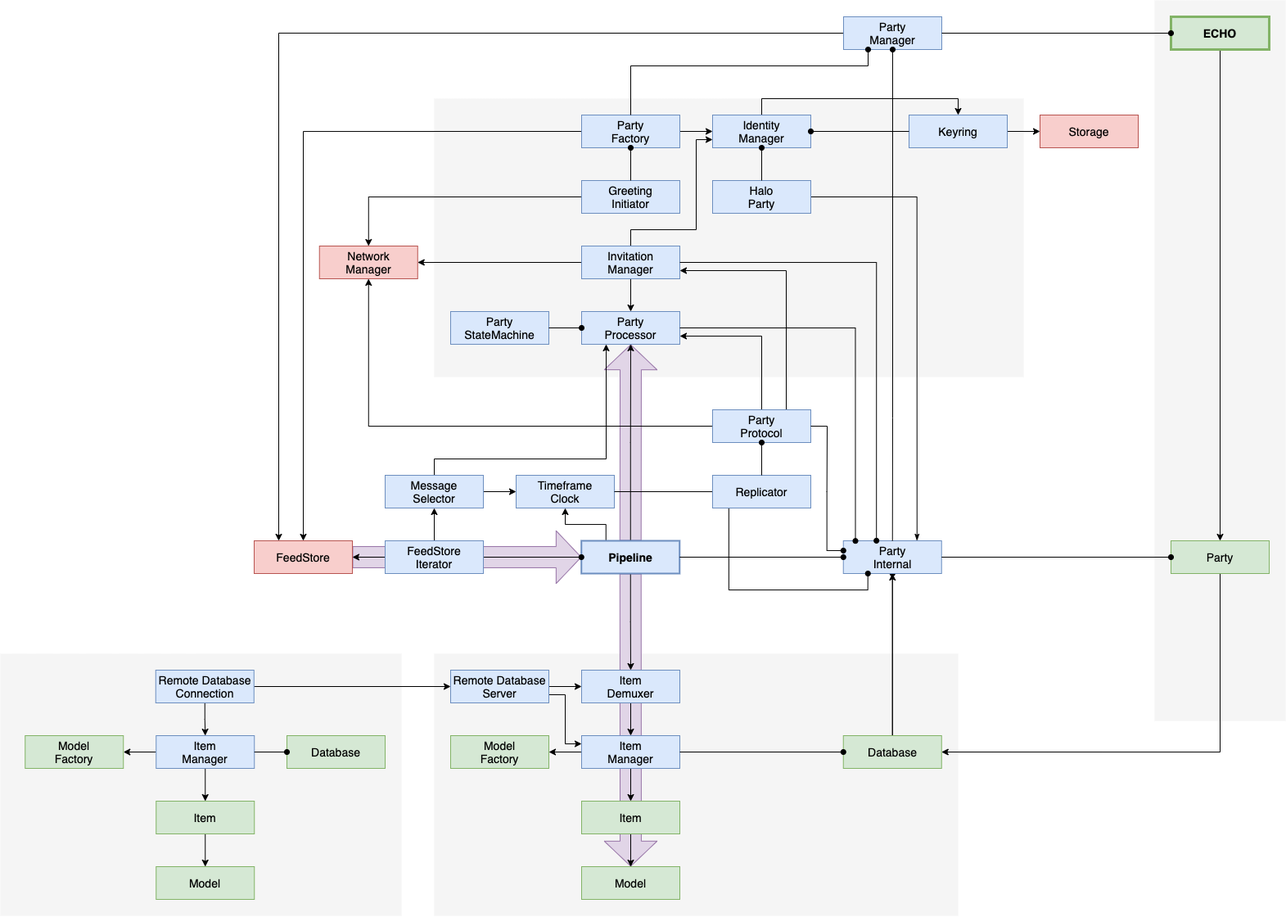
dxos/echo keeps this draw.io diagram as docs/content/diagrams/data-processing-2.png. Above is the earlier version. Source tidied: cells renumbered, new cells last; positions are measured from the earlier drawing's top-left corner, leaving out a move shared by most shapes.
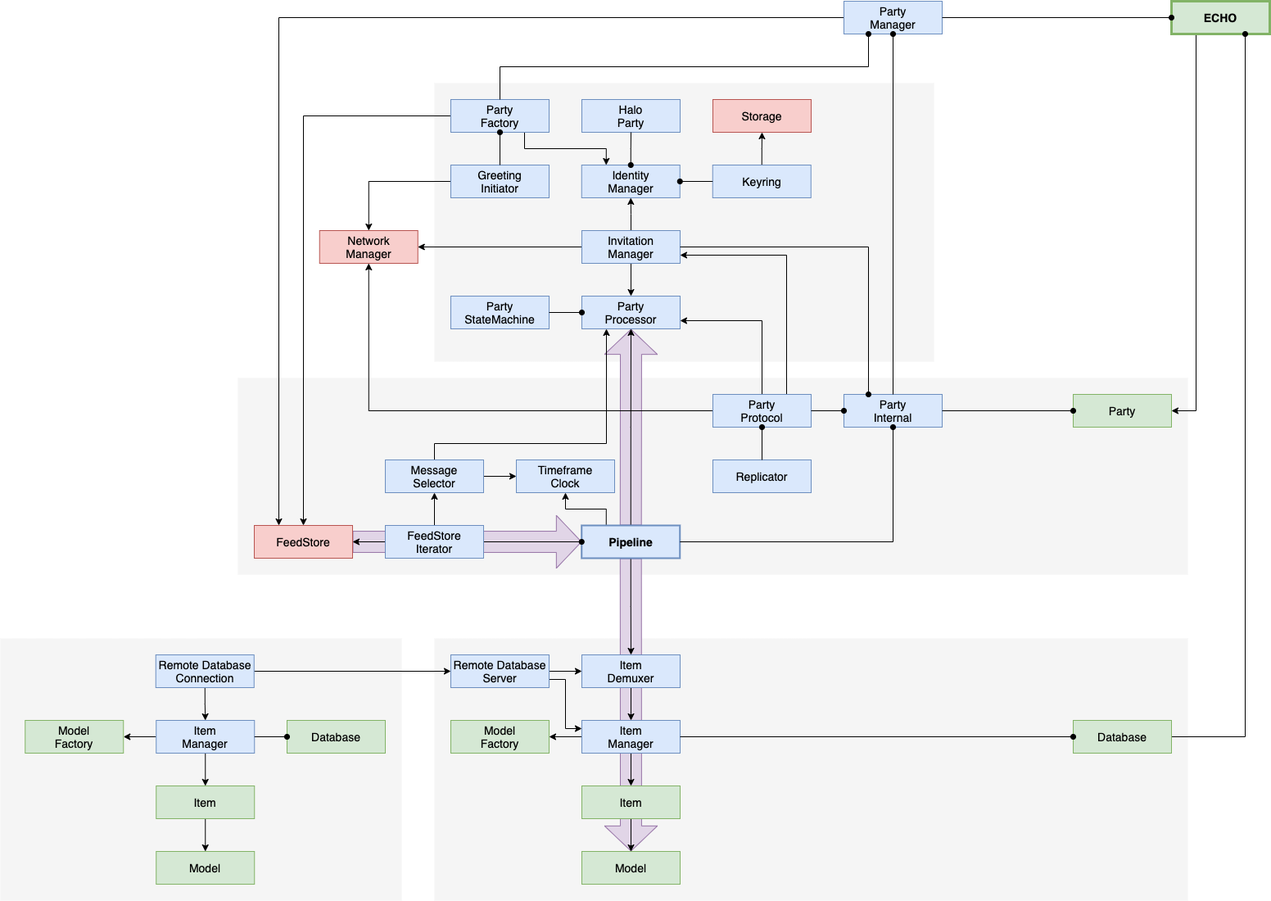
After the change.

Diff of the diagram source:
```diff
@@ -3,7 +3,7 @@
     <mxCell id="0" />
     <mxCell id="1" parent="0" />
     <mxCell id="2" style="rounded=0;whiteSpace=wrap;html=1;fontSize=14;fontFamily=Helvetica;fontStyle=0;fillColor=#f5f5f5;dashed=1;fontColor=#333333;strokeColor=none;" parent="1" vertex="1">
-      <mxGeometry x="1410" width="160" height="880" as="geometry" />
+      <mxGeometry x="290" y="480" width="1160" height="240" as="geometry" />
     </mxCell>
     <mxCell id="3" style="shape=flexArrow;endArrow=classic;html=1;fillColor=#e1d5e7;strokeColor=#9673a6;endWidth=37.64705882352941;endSize=9.882352941176471;width=25.88235294117647;" parent="1" edge="1" source="61">
       <mxGeometry relative="1" as="geometry">
@@ -11,13 +11,13 @@
       </mxGeometry>
     </mxCell>
     <mxCell id="4" style="rounded=0;whiteSpace=wrap;html=1;fontSize=14;fontFamily=Helvetica;fontStyle=0;fillColor=#f5f5f5;dashed=1;fontColor=#333333;strokeColor=none;" parent="1" vertex="1">
-      <mxGeometry x="530" y="798" width="640" height="320" as="geometry" />
+      <mxGeometry x="530" y="798" width="920" height="320" as="geometry" />
     </mxCell>
     <mxCell id="5" style="shape=flexArrow;endArrow=classic;html=1;fillColor=#e1d5e7;strokeColor=#9673a6;endWidth=37.64705882352941;endSize=9.882352941176471;width=25.88235294117647;exitX=0.5;exitY=1;exitDx=0;exitDy=0;entryX=0.5;entryY=0;entryDx=0;entryDy=0;" parent="1" edge="1" source="21" target="17">
       <mxGeometry relative="1" as="geometry" />
     </mxCell>
     <mxCell id="6" style="rounded=0;whiteSpace=wrap;html=1;fontSize=14;fontFamily=Helvetica;fontStyle=0;fillColor=#f5f5f5;dashed=1;fontColor=#333333;strokeColor=none;" parent="1" vertex="1">
-      <mxGeometry x="530" y="120" width="720" height="340" as="geometry" />
+      <mxGeometry x="530" y="120" width="610" height="340" as="geometry" />
     </mxCell>
     <mxCell id="7" style="shape=flexArrow;endArrow=classic;html=1;entryX=0.5;entryY=1;entryDx=0;entryDy=0;fillColor=#e1d5e7;strokeColor=#9673a6;endWidth=37.64705882352941;endSize=9.882352941176471;width=25.88235294117647;exitX=0.5;exitY=0;exitDx=0;exitDy=0;" parent="1" edge="1" source="21" target="22">
       <mxGeometry relative="1" as="geometry" />
@@ -25,17 +25,11 @@
     <mxCell id="8" style="edgeStyle=orthogonalEdgeStyle;rounded=0;jettySize=auto;html=1;exitX=0;exitY=0.5;exitDx=0;exitDy=0;entryX=0.25;entryY=0;entryDx=0;entryDy=0;" parent="1" edge="1" source="10" target="61">
       <mxGeometry relative="1" as="geometry" />
     </mxCell>
-    <mxCell id="9" style="edgeStyle=orthogonalEdgeStyle;rounded=0;jettySize=auto;html=1;exitX=0.5;exitY=0;exitDx=0;exitDy=0;entryX=0.5;entryY=0;entryDx=0;entryDy=0;" parent="1" edge="1" source="25" target="63">
-      <mxGeometry relative="1" as="geometry" />
-    </mxCell>
     <mxCell id="10" value="Party&lt;br&gt;Manager" style="rounded=0;whiteSpace=wrap;html=1;fontSize=14;fontFamily=Helvetica;fillColor=#dae8fc;strokeColor=#6c8ebf;fontStyle=0;strokeWidth=1;" parent="1" vertex="1">
       <mxGeometry x="1030" y="20" width="120" height="40" as="geometry" />
     </mxCell>
-    <mxCell id="11" style="edgeStyle=orthogonalEdgeStyle;rounded=0;jettySize=auto;html=1;exitX=0.5;exitY=1;exitDx=0;exitDy=0;entryX=0.5;entryY=0;entryDx=0;entryDy=0;endFill=0;endArrow=none;startFill=1;startArrow=oval;" parent="1" edge="1" source="12" target="53">
-      <mxGeometry relative="1" as="geometry" />
-    </mxCell>
     <mxCell id="12" value="Party&lt;br&gt;Internal" style="rounded=0;whiteSpace=wrap;html=1;fontSize=14;fontFamily=Helvetica;fillColor=#dae8fc;strokeColor=#6c8ebf;fontStyle=0;strokeWidth=1;" parent="1" vertex="1">
-      <mxGeometry x="1029.8" y="660" width="120" height="40" as="geometry" />
+      <mxGeometry x="1030" y="500" width="120" height="40" as="geometry" />
     </mxCell>
     <mxCell id="13" style="edgeStyle=orthogonalEdgeStyle;rounded=0;jettySize=auto;html=1;exitX=0.5;exitY=1;exitDx=0;exitDy=0;" parent="1" edge="1" source="62" target="16">
       <mxGeometry relative="1" as="geometry" />
@@ -74,9 +68,9 @@
       <mxGeometry x="630" y="580" width="120" height="40" as="geometry" />
     </mxCell>
     <mxCell id="25" value="Identity&lt;br&gt;Manager" style="rounded=0;whiteSpace=wrap;html=1;fontSize=14;fontFamily=Helvetica;fillColor=#dae8fc;strokeColor=#6c8ebf;fontStyle=0;strokeWidth=1;" parent="1" vertex="1">
-      <mxGeometry x="870" y="140" width="120" height="40" as="geometry" />
+      <mxGeometry x="709.8" y="220" width="120" height="40" as="geometry" />
     </mxCell>
-    <mxCell id="26" style="edgeStyle=orthogonalEdgeStyle;rounded=0;jettySize=auto;html=1;exitX=1;exitY=0.5;exitDx=0;exitDy=0;entryX=0;entryY=0.5;entryDx=0;entryDy=0;" parent="1" edge="1" source="63" target="46">
+    <mxCell id="26" style="edgeStyle=orthogonalEdgeStyle;rounded=0;jettySize=auto;html=1;exitX=0.5;exitY=0;exitDx=0;exitDy=0;entryX=0.5;entryY=1;entryDx=0;entryDy=0;" parent="1" edge="1" source="63" target="46">
       <mxGeometry relative="1" as="geometry" />
     </mxCell>
     <mxCell id="27" style="edgeStyle=orthogonalEdgeStyle;rounded=0;jettySize=auto;html=1;exitX=0;exitY=0.5;exitDx=0;exitDy=0;entryX=0.5;entryY=1;entryDx=0;entryDy=0;" parent="1" edge="1" source="30" target="35">
@@ -102,11 +96,11 @@
     <mxCell id="31" style="edgeStyle=orthogonalEdgeStyle;rounded=0;jettySize=auto;html=1;exitX=0;exitY=0.5;exitDx=0;exitDy=0;entryX=0.5;entryY=0;entryDx=0;entryDy=0;" parent="1" edge="1" source="33" target="61">
       <mxGeometry relative="1" as="geometry" />
     </mxCell>
-    <mxCell id="32" style="edgeStyle=orthogonalEdgeStyle;rounded=0;jettySize=auto;html=1;exitX=1;exitY=0.5;exitDx=0;exitDy=0;entryX=0;entryY=0.5;entryDx=0;entryDy=0;" parent="1" edge="1" source="33" target="25">
+    <mxCell id="32" style="edgeStyle=orthogonalEdgeStyle;rounded=0;jettySize=auto;html=1;exitX=0.75;exitY=1;exitDx=0;exitDy=0;entryX=0.25;entryY=0;entryDx=0;entryDy=0;" parent="1" edge="1" source="33" target="25">
       <mxGeometry relative="1" as="geometry" />
     </mxCell>
     <mxCell id="33" value="Party&lt;br&gt;Factory" style="rounded=0;whiteSpace=wrap;html=1;fontSize=14;fontFamily=Helvetica;fillColor=#dae8fc;strokeColor=#6c8ebf;fontStyle=0;strokeWidth=1;" parent="1" vertex="1">
-      <mxGeometry x="710" y="140" width="120" height="40" as="geometry" />
+      <mxGeometry x="550" y="140" width="120" height="40" as="geometry" />
     </mxCell>
     <mxCell id="34" value="Model&lt;br&gt;Factory" style="rounded=0;whiteSpace=wrap;html=1;fontSize=14;fontFamily=Helvetica;fillColor=#d5e8d4;strokeColor=#82b366;fontStyle=0;strokeWidth=1;" parent="1" vertex="1">
       <mxGeometry x="550" y="898" width="120" height="40" as="geometry" />
@@ -118,7 +112,7 @@
       <mxGeometry relative="1" as="geometry" />
     </mxCell>
     <mxCell id="37" value="Greeting&lt;br&gt;Initiator" style="rounded=0;whiteSpace=wrap;html=1;fontSize=14;fontFamily=Helvetica;fillColor=#dae8fc;strokeColor=#6c8ebf;fontStyle=0;strokeWidth=1;" parent="1" vertex="1">
-      <mxGeometry x="710" y="220" width="120" height="40" as="geometry" />
+      <mxGeometry x="550" y="220" width="120" height="40" as="geometry" />
     </mxCell>
     <mxCell id="38" style="edgeStyle=orthogonalEdgeStyle;rounded=0;jettySize=auto;html=1;exitX=0.5;exitY=1;exitDx=0;exitDy=0;entryX=0.5;entryY=0;entryDx=0;entryDy=0;" parent="1" edge="1" source="41" target="22">
       <mxGeometry relative="1" as="geometry" />
@@ -126,14 +120,8 @@
     <mxCell id="39" style="edgeStyle=orthogonalEdgeStyle;rounded=0;jettySize=auto;html=1;exitX=0;exitY=0.5;exitDx=0;exitDy=0;" parent="1" edge="1" source="41" target="35">
       <mxGeometry relative="1" as="geometry" />
     </mxCell>
-    <mxCell id="40" style="edgeStyle=orthogonalEdgeStyle;rounded=0;jettySize=auto;html=1;exitX=0.5;exitY=0;exitDx=0;exitDy=0;entryX=0;entryY=0.75;entryDx=0;entryDy=0;" parent="1" edge="1" source="41" target="25">
-      <mxGeometry relative="1" as="geometry">
-        <Array as="points">
-          <mxPoint x="770" y="280" />
-          <mxPoint x="850" y="280" />
-          <mxPoint x="850" y="170" />
-        </Array>
-      </mxGeometry>
+    <mxCell id="40" style="edgeStyle=orthogonalEdgeStyle;rounded=0;jettySize=auto;html=1;exitX=0.5;exitY=0;exitDx=0;exitDy=0;entryX=0.5;entryY=1;entryDx=0;entryDy=0;" parent="1" edge="1" source="41" target="25">
+      <mxGeometry relative="1" as="geometry" />
     </mxCell>
     <mxCell id="41" value="Invitation&lt;br&gt;Manager" style="rounded=0;whiteSpace=wrap;html=1;fontSize=14;fontFamily=Helvetica;fillColor=#dae8fc;strokeColor=#6c8ebf;fontStyle=0;strokeWidth=1;" parent="1" vertex="1">
       <mxGeometry x="710" y="300" width="120" height="40" as="geometry" />
@@ -151,28 +139,22 @@
       <mxGeometry x="710" y="818" width="120" height="40" as="geometry" />
     </mxCell>
     <mxCell id="46" value="Storage" style="rounded=0;whiteSpace=wrap;html=1;fontSize=14;fontFamily=Helvetica;fillColor=#f8cecc;strokeColor=#b85450;fontStyle=0;strokeWidth=1;" parent="1" vertex="1">
-      <mxGeometry x="1270" y="140" width="120" height="40" as="geometry" />
+      <mxGeometry x="870" y="140" width="120" height="40" as="geometry" />
     </mxCell>
-    <mxCell id="47" style="edgeStyle=orthogonalEdgeStyle;rounded=0;jettySize=auto;html=1;exitX=0.5;exitY=1;exitDx=0;exitDy=0;entryX=0.5;entryY=0;entryDx=0;entryDy=0;" parent="1" edge="1" source="48" target="50">
+    <mxCell id="47" style="edgeStyle=orthogonalEdgeStyle;rounded=0;jettySize=auto;html=1;exitX=0.25;exitY=1;exitDx=0;exitDy=0;entryX=1;entryY=0.5;entryDx=0;entryDy=0;" parent="1" edge="1" source="48" target="50">
       <mxGeometry relative="1" as="geometry" />
     </mxCell>
     <mxCell id="48" value="ECHO" style="rounded=0;whiteSpace=wrap;html=1;fontSize=14;fontFamily=Helvetica;fillColor=#d5e8d4;strokeColor=#82b366;fontStyle=1;strokeWidth=3;" parent="1" vertex="1">
       <mxGeometry x="1430" y="20" width="120" height="40" as="geometry" />
     </mxCell>
-    <mxCell id="49" style="edgeStyle=orthogonalEdgeStyle;rounded=0;jettySize=auto;html=1;exitX=0.5;exitY=1;exitDx=0;exitDy=0;entryX=1;entryY=0.5;entryDx=0;entryDy=0;" parent="1" edge="1" source="50" target="53">
+    <mxCell id="49" style="edgeStyle=orthogonalEdgeStyle;rounded=0;jettySize=auto;html=1;exitX=0.75;exitY=1;exitDx=0;exitDy=0;entryX=1;entryY=0.5;entryDx=0;entryDy=0;endFill=0;endArrow=none;startFill=1;startArrow=oval;" parent="1" edge="1" source="48" target="53">
       <mxGeometry relative="1" as="geometry" />
     </mxCell>
     <mxCell id="50" value="Party" style="rounded=0;whiteSpace=wrap;html=1;fontSize=14;fontFamily=Helvetica;fillColor=#d5e8d4;strokeColor=#82b366;fontStyle=0;strokeWidth=1;" parent="1" vertex="1">
-      <mxGeometry x="1430" y="660" width="120" height="40" as="geometry" />
+      <mxGeometry x="1310" y="500" width="120" height="40" as="geometry" />
     </mxCell>
-    <mxCell id="51" style="edgeStyle=orthogonalEdgeStyle;rounded=0;jettySize=auto;html=1;exitX=0.25;exitY=1;exitDx=0;exitDy=0;entryX=1;entryY=0.5;entryDx=0;entryDy=0;endFill=0;endArrow=none;startFill=1;startArrow=oval;" parent="1" edge="1" source="12" target="24">
-      <mxGeometry relative="1" as="geometry" />
-    </mxCell>
-    <mxCell id="52" style="edgeStyle=orthogonalEdgeStyle;rounded=0;jettySize=auto;html=1;" parent="1" edge="1" source="53" target="12">
-      <mxGeometry relative="1" as="geometry" />
-    </mxCell>
     <mxCell id="53" value="Database" style="rounded=0;whiteSpace=wrap;html=1;fontSize=14;fontFamily=Helvetica;fillColor=#d5e8d4;strokeColor=#82b366;fontStyle=0;strokeWidth=1;" parent="1" vertex="1">
-      <mxGeometry x="1029.8" y="898" width="120" height="40" as="geometry" />
+      <mxGeometry x="1310" y="898" width="120" height="40" as="geometry" />
     </mxCell>
     <mxCell id="54" style="edgeStyle=orthogonalEdgeStyle;rounded=0;orthogonalLoop=1;jettySize=auto;html=1;exitX=0.5;exitY=1;exitDx=0;exitDy=0;" parent="1" edge="1" source="63" target="63">
       <mxGeometry relative="1" as="geometry" />
@@ -194,11 +176,8 @@
     <mxCell id="58" value="Replicator" style="rounded=0;whiteSpace=wrap;html=1;fontSize=14;fontFamily=Helvetica;fillColor=#dae8fc;strokeColor=#6c8ebf;fontStyle=0;strokeWidth=1;" parent="1" vertex="1">
       <mxGeometry x="870" y="580" width="120" height="40" as="geometry" />
     </mxCell>
-    <mxCell id="59" style="edgeStyle=orthogonalEdgeStyle;rounded=0;jettySize=auto;html=1;exitX=1;exitY=0.5;exitDx=0;exitDy=0;entryX=0.75;entryY=0;entryDx=0;entryDy=0;startArrow=none;startFill=0;endArrow=classicThin;endFill=1;strokeWidth=1;" parent="1" edge="1" source="60" target="12">
-      <mxGeometry relative="1" as="geometry" />
-    </mxCell>
     <mxCell id="60" value="Halo&lt;br&gt;Party" style="rounded=0;whiteSpace=wrap;html=1;fontSize=14;fontFamily=Helvetica;fillColor=#dae8fc;strokeColor=#6c8ebf;fontStyle=0;strokeWidth=1;" parent="1" vertex="1">
-      <mxGeometry x="870" y="220" width="120" height="40" as="geometry" />
+      <mxGeometry x="710" y="140" width="120" height="40" as="geometry" />
     </mxCell>
     <mxCell id="61" value="FeedStore" style="rounded=0;whiteSpace=wrap;html=1;fontSize=14;fontFamily=Helvetica;fillColor=#f8cecc;strokeColor=#b85450;fontStyle=0;strokeWidth=1;" parent="1" vertex="1">
       <mxGeometry x="310" y="660" width="120" height="40" as="geometry" />
@@ -207,15 +186,10 @@
       <mxGeometry x="710" y="898" width="120" height="40" as="geometry" />
     </mxCell>
     <mxCell id="63" value="Keyring" style="rounded=0;whiteSpace=wrap;html=1;fontSize=14;fontFamily=Helvetica;fillColor=#dae8fc;strokeColor=#6c8ebf;fontStyle=0;strokeWidth=1;" parent="1" vertex="1">
-      <mxGeometry x="1110" y="140" width="120" height="40" as="geometry" />
+      <mxGeometry x="869.8" y="220" width="120" height="40" as="geometry" />
     </mxCell>
-    <mxCell id="64" style="edgeStyle=orthogonalEdgeStyle;rounded=0;jettySize=auto;html=1;exitX=0.25;exitY=1;exitDx=0;exitDy=0;strokeWidth=1;endFill=0;endArrow=none;startFill=1;startArrow=oval;" parent="1" edge="1" source="10" target="33">
-      <mxGeometry relative="1" as="geometry">
-        <Array as="points">
-          <mxPoint x="1060" y="80" />
-          <mxPoint x="770" y="80" />
-        </Array>
-      </mxGeometry>
+    <mxCell id="64" style="edgeStyle=orthogonalEdgeStyle;rounded=0;jettySize=auto;html=1;exitX=0.25;exitY=1;exitDx=0;exitDy=0;strokeWidth=1;endFill=0;endArrow=none;startFill=1;startArrow=oval;entryX=0.5;entryY=0;entryDx=0;entryDy=0;" parent="1" edge="1" source="10" target="33">
+      <mxGeometry relative="1" as="geometry" />
     </mxCell>
     <mxCell id="65" style="edgeStyle=orthogonalEdgeStyle;rounded=0;jettySize=auto;html=1;exitX=0;exitY=0.5;exitDx=0;exitDy=0;entryX=1;entryY=0.5;entryDx=0;entryDy=0;startArrow=oval;startFill=1;endArrow=none;endFill=0;" parent="1" edge="1" source="50" target="12">
       <mxGeometry relative="1" as="geometry" />
@@ -241,27 +215,19 @@
     <mxCell id="72" style="edgeStyle=orthogonalEdgeStyle;rounded=0;jettySize=auto;html=1;exitX=0.5;exitY=1;exitDx=0;exitDy=0;strokeWidth=1;endFill=0;endArrow=none;startFill=1;startArrow=oval;" parent="1" edge="1" source="30" target="58">
       <mxGeometry relative="1" as="geometry" />
     </mxCell>
-    <mxCell id="73" style="edgeStyle=orthogonalEdgeStyle;rounded=0;jettySize=auto;html=1;exitX=0;exitY=0.5;exitDx=0;exitDy=0;entryX=1;entryY=0.5;entryDx=0;entryDy=0;strokeWidth=1;endFill=0;endArrow=none;startFill=1;startArrow=oval;" parent="1" edge="1" source="12" target="21">
+    <mxCell id="73" style="edgeStyle=orthogonalEdgeStyle;rounded=0;jettySize=auto;html=1;exitX=0.5;exitY=1;exitDx=0;exitDy=0;entryX=1;entryY=0.5;entryDx=0;entryDy=0;strokeWidth=1;endFill=0;endArrow=none;startFill=1;startArrow=oval;" parent="1" edge="1" source="12" target="21">
       <mxGeometry relative="1" as="geometry" />
     </mxCell>
-    <mxCell id="74" style="edgeStyle=orthogonalEdgeStyle;rounded=0;jettySize=auto;html=1;exitX=0;exitY=0.3;exitDx=0;exitDy=0;strokeWidth=1;endFill=0;endArrow=none;startFill=1;startArrow=oval;entryX=1;entryY=0.5;entryDx=0;entryDy=0;exitPerimeter=0;" parent="1" edge="1" source="12" target="30">
+    <mxCell id="74" style="edgeStyle=orthogonalEdgeStyle;rounded=0;jettySize=auto;html=1;exitX=0;exitY=0.5;exitDx=0;exitDy=0;strokeWidth=1;endFill=0;endArrow=none;startFill=1;startArrow=oval;entryX=1;entryY=0.5;entryDx=0;entryDy=0;" parent="1" edge="1" source="12" target="30">
       <mxGeometry relative="1" as="geometry" />
     </mxCell>
-    <mxCell id="75" style="edgeStyle=orthogonalEdgeStyle;rounded=0;jettySize=auto;html=1;exitX=0.123;exitY=0.004;exitDx=0;exitDy=0;entryX=1;entryY=0.5;entryDx=0;entryDy=0;strokeWidth=1;endFill=0;endArrow=none;startFill=1;startArrow=oval;exitPerimeter=0;" parent="1" edge="1" source="12" target="22">
-      <mxGeometry relative="1" as="geometry" />
-    </mxCell>
-    <mxCell id="76" style="edgeStyle=orthogonalEdgeStyle;rounded=0;jettySize=auto;html=1;exitX=0.337;exitY=-0.003;exitDx=0;exitDy=0;entryX=1;entryY=0.5;entryDx=0;entryDy=0;strokeWidth=1;endFill=0;endArrow=none;startFill=1;startArrow=oval;exitPerimeter=0;" parent="1" edge="1" source="12" target="41">
+    <mxCell id="76" style="edgeStyle=orthogonalEdgeStyle;rounded=0;jettySize=auto;html=1;exitX=0.25;exitY=0;exitDx=0;exitDy=0;entryX=1;entryY=0.5;entryDx=0;entryDy=0;strokeWidth=1;endFill=0;endArrow=none;startFill=1;startArrow=oval;" parent="1" edge="1" source="12" target="41">
       <mxGeometry relative="1" as="geometry" />
     </mxCell>
     <mxCell id="77" style="edgeStyle=orthogonalEdgeStyle;rounded=0;jettySize=auto;html=1;exitX=0.5;exitY=1;exitDx=0;exitDy=0;startArrow=oval;startFill=1;endArrow=none;endFill=0;strokeWidth=1;entryX=0.5;entryY=0;entryDx=0;entryDy=0;" parent="1" edge="1" source="10" target="12">
-      <mxGeometry relative="1" as="geometry">
-        <Array as="points">
-          <mxPoint x="1090" y="510" />
-          <mxPoint x="1090" y="510" />
-        </Array>
-      </mxGeometry>
+      <mxGeometry relative="1" as="geometry" />
     </mxCell>
-    <mxCell id="78" style="edgeStyle=orthogonalEdgeStyle;rounded=0;jettySize=auto;html=1;exitX=0.5;exitY=1;exitDx=0;exitDy=0;entryX=0.5;entryY=0;entryDx=0;entryDy=0;startArrow=oval;startFill=1;endArrow=none;endFill=0;" parent="1" edge="1" source="25" target="60">
+    <mxCell id="78" style="edgeStyle=orthogonalEdgeStyle;rounded=0;jettySize=auto;html=1;exitX=0.5;exitY=0;exitDx=0;exitDy=0;entryX=0.5;entryY=1;entryDx=0;entryDy=0;startArrow=oval;startFill=1;endArrow=none;endFill=0;" parent="1" edge="1" source="25" target="60">
       <mxGeometry relative="1" as="geometry" />
     </mxCell>
     <mxCell id="79" value="FeedStore&lt;br&gt;Iterator" style="rounded=0;whiteSpace=wrap;html=1;fontSize=14;fontFamily=Helvetica;fillColor=#dae8fc;strokeColor=#6c8ebf;fontStyle=0;strokeWidth=1;" parent="1" vertex="1">
```
